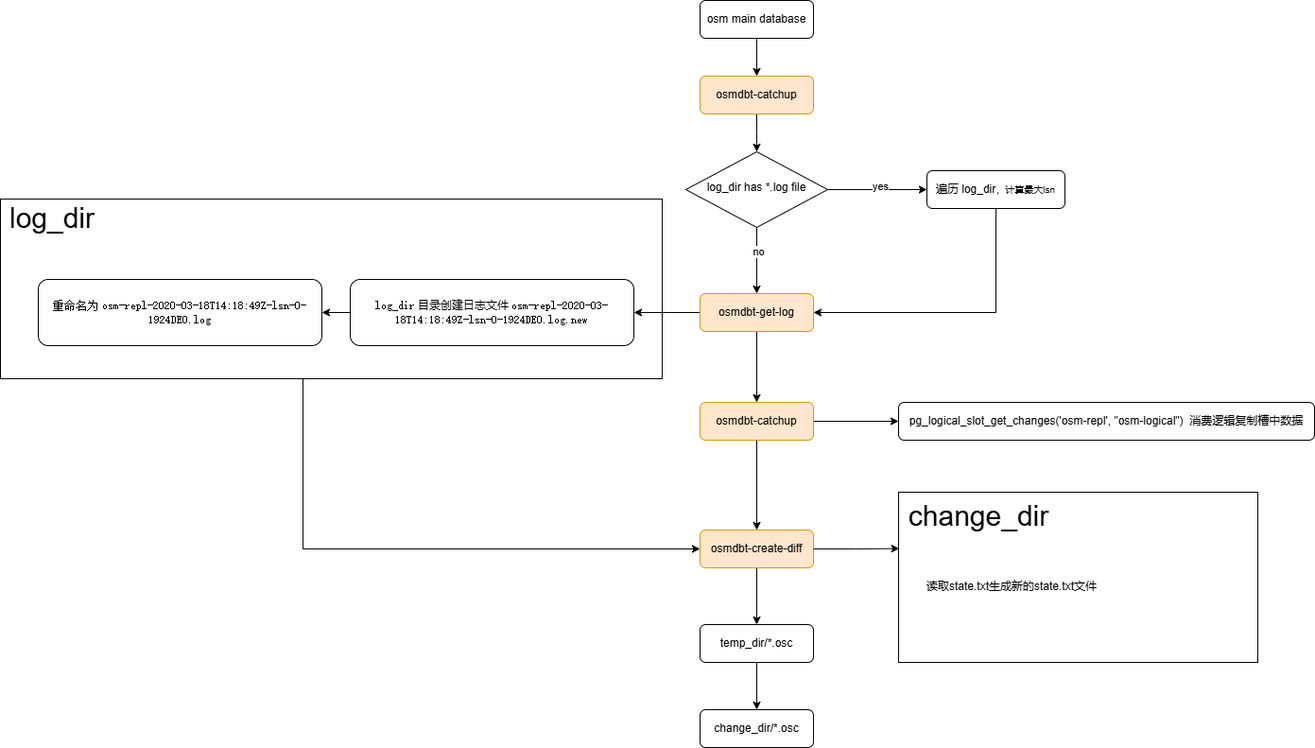
472542625/drawio keeps this draw.io diagram as osm-dbt.png. Above is the earlier version. Source tidied: cells renumbered, new cells last; positions are measured from the earlier drawing's top-left corner, leaving out a move shared by most shapes.
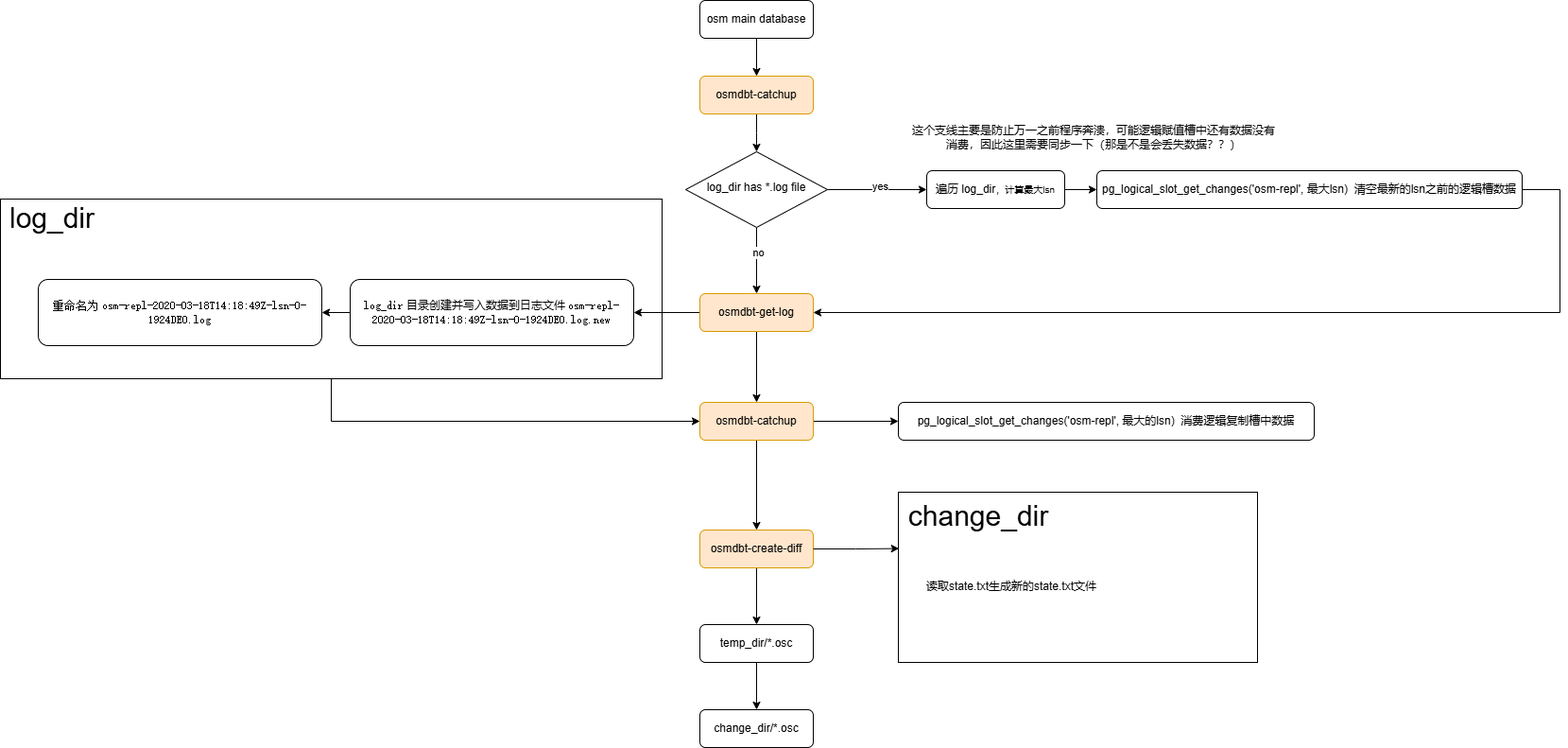
Above is the later version.

Diff of the diagram source:
```diff
@@ -2,13 +2,13 @@
   <root>
     <mxCell id="0" />
     <mxCell id="1" parent="0" />
-    <mxCell id="2" style="edgeStyle=orthogonalEdgeStyle;rounded=0;jettySize=auto;html=1;entryX=0;entryY=0.5;entryDx=0;entryDy=0;" parent="1" edge="1" source="3" target="25">
-      <mxGeometry relative="1" as="geometry">
-        <Array as="points">
-          <mxPoint x="320" y="580" />
-        </Array>
-      </mxGeometry>
-    </mxCell>
+    <mxCell id="35" style="edgeStyle=orthogonalEdgeStyle;rounded=0;jettySize=auto;html=1;entryX=0;entryY=0.5;entryDx=0;entryDy=0;" parent="1" edge="1" source="3" target="22">
+      <mxGeometry relative="1" as="geometry">
+        <Array as="points">
+          <mxPoint x="350" y="445" />
+        </Array>
+      </mxGeometry>
+    </mxCell>
     <mxCell id="3" style="rounded=0;whiteSpace=wrap;html=1;" parent="1" vertex="1">
       <mxGeometry y="210" width="700" height="190" as="geometry" />
     </mxCell>
@@ -35,13 +35,9 @@
     <mxCell id="10" value="log_dir has *.log file" style="rhombus;whiteSpace=wrap;html=1;shadow=0;fontFamily=Helvetica;fontSize=12;align=center;strokeWidth=1;spacing=6;spacingTop=-4;" parent="1" vertex="1">
       <mxGeometry x="725" y="160" width="150" height="80" as="geometry" />
     </mxCell>
-    <mxCell id="11" style="edgeStyle=orthogonalEdgeStyle;rounded=0;jettySize=auto;html=1;entryX=1;entryY=0.5;entryDx=0;entryDy=0;" parent="1" edge="1" source="12" target="17">
-      <mxGeometry relative="1" as="geometry">
-        <Array as="points">
-          <mxPoint x="1053" y="330" />
-        </Array>
-      </mxGeometry>
-    </mxCell>
+    <mxCell id="36" style="edgeStyle=orthogonalEdgeStyle;rounded=0;jettySize=auto;html=1;" parent="1" edge="1" source="12" target="38">
+      <mxGeometry relative="1" as="geometry" />
+    </mxCell>
     <mxCell id="12" value="遍历 log_dir&lt;span style=&quot;font-size: 10px;&quot;&gt;，计算最大lsn&lt;/span&gt;" style="rounded=1;whiteSpace=wrap;html=1;fontSize=12;glass=0;strokeWidth=1;shadow=0;" parent="1" vertex="1">
       <mxGeometry x="980" y="180" width="146" height="40" as="geometry" />
     </mxCell>
@@ -67,7 +63,7 @@
     <mxCell id="18" style="edgeStyle=orthogonalEdgeStyle;rounded=0;jettySize=auto;html=1;" parent="1" edge="1" source="19" target="27">
       <mxGeometry relative="1" as="geometry" />
     </mxCell>
-    <mxCell id="19" value="&lt;code&gt;log_dir&lt;/code&gt; 目录创建日志文件&amp;nbsp;&lt;code&gt;osm-repl-2020-03-18T14:18:49Z-lsn-0-1924DE0.log.new&lt;/code&gt;" style="rounded=1;whiteSpace=wrap;html=1;fontSize=12;glass=0;strokeWidth=1;shadow=0;" parent="1" vertex="1">
+    <mxCell id="19" value="&lt;code&gt;log_dir&lt;/code&gt; 目录创建并写入数据到日志文件&amp;nbsp;&lt;code&gt;osm-repl-2020-03-18T14:18:49Z-lsn-0-1924DE0.log.new&lt;/code&gt;" style="rounded=1;whiteSpace=wrap;html=1;fontSize=12;glass=0;strokeWidth=1;shadow=0;" parent="1" vertex="1">
       <mxGeometry x="370" y="295" width="300" height="70" as="geometry" />
     </mxCell>
     <mxCell id="20" style="edgeStyle=orthogonalEdgeStyle;rounded=0;jettySize=auto;html=1;" parent="1" edge="1" source="22" target="23">
@@ -79,7 +75,7 @@
     <mxCell id="22" value="osmdbt-catchup" style="rounded=1;whiteSpace=wrap;html=1;fontSize=12;glass=0;strokeWidth=1;shadow=0;fillColor=#ffe6cc;strokeColor=#d79b00;" parent="1" vertex="1">
       <mxGeometry x="740" y="425" width="120" height="40" as="geometry" />
     </mxCell>
-    <mxCell id="23" value="pg_logical_slot_get_changes('osm-repl', &quot;osm-logical&quot;)&amp;nbsp; 消费逻辑复制槽中数据" style="rounded=1;whiteSpace=wrap;html=1;fontSize=12;glass=0;strokeWidth=1;shadow=0;" parent="1" vertex="1">
+    <mxCell id="23" value="pg_logical_slot_get_changes('osm-repl', 最大的lsn)&amp;nbsp; 消费逻辑复制槽中数据" style="rounded=1;whiteSpace=wrap;html=1;fontSize=12;glass=0;strokeWidth=1;shadow=0;" parent="1" vertex="1">
       <mxGeometry x="950" y="425" width="440" height="40" as="geometry" />
     </mxCell>
     <mxCell id="24" style="edgeStyle=orthogonalEdgeStyle;rounded=0;jettySize=auto;html=1;entryX=0.5;entryY=0;entryDx=0;entryDy=0;" parent="1" edge="1" source="25" target="29">
@@ -115,5 +111,19 @@
     <mxCell id="34" style="edgeStyle=orthogonalEdgeStyle;rounded=0;jettySize=auto;html=1;entryX=0.002;entryY=0.331;entryDx=0;entryDy=0;entryPerimeter=0;" parent="1" edge="1" source="25" target="31">
       <mxGeometry relative="1" as="geometry" />
     </mxCell>
+    <mxCell id="37" style="edgeStyle=orthogonalEdgeStyle;rounded=0;jettySize=auto;html=1;entryX=1;entryY=0.5;entryDx=0;entryDy=0;" parent="1" edge="1" source="38" target="17">
+      <mxGeometry relative="1" as="geometry">
+        <Array as="points">
+          <mxPoint x="1650" y="200" />
+          <mxPoint x="1650" y="330" />
+        </Array>
+      </mxGeometry>
+    </mxCell>
+    <mxCell id="38" value="pg_logical_slot_get_changes('osm-repl', 最大lsn)&amp;nbsp; 清空最新的lsn之前的逻辑槽数据" style="rounded=1;whiteSpace=wrap;html=1;fontSize=12;glass=0;strokeWidth=1;shadow=0;" parent="1" vertex="1">
+      <mxGeometry x="1160" y="180" width="450" height="40" as="geometry" />
+    </mxCell>
+    <mxCell id="39" value="这个支线主要是防止万一之前程序奔溃，可能逻辑赋值槽中还有数据没有消费，因此这里需要同步一下（那是不是会丢失数据？？）" style="text;html=1;align=center;verticalAlign=middle;whiteSpace=wrap;rounded=0;" parent="1" vertex="1">
+      <mxGeometry x="964" y="130" width="386" height="30" as="geometry" />
+    </mxCell>
   </root>
 </mxGraphModel>
```
